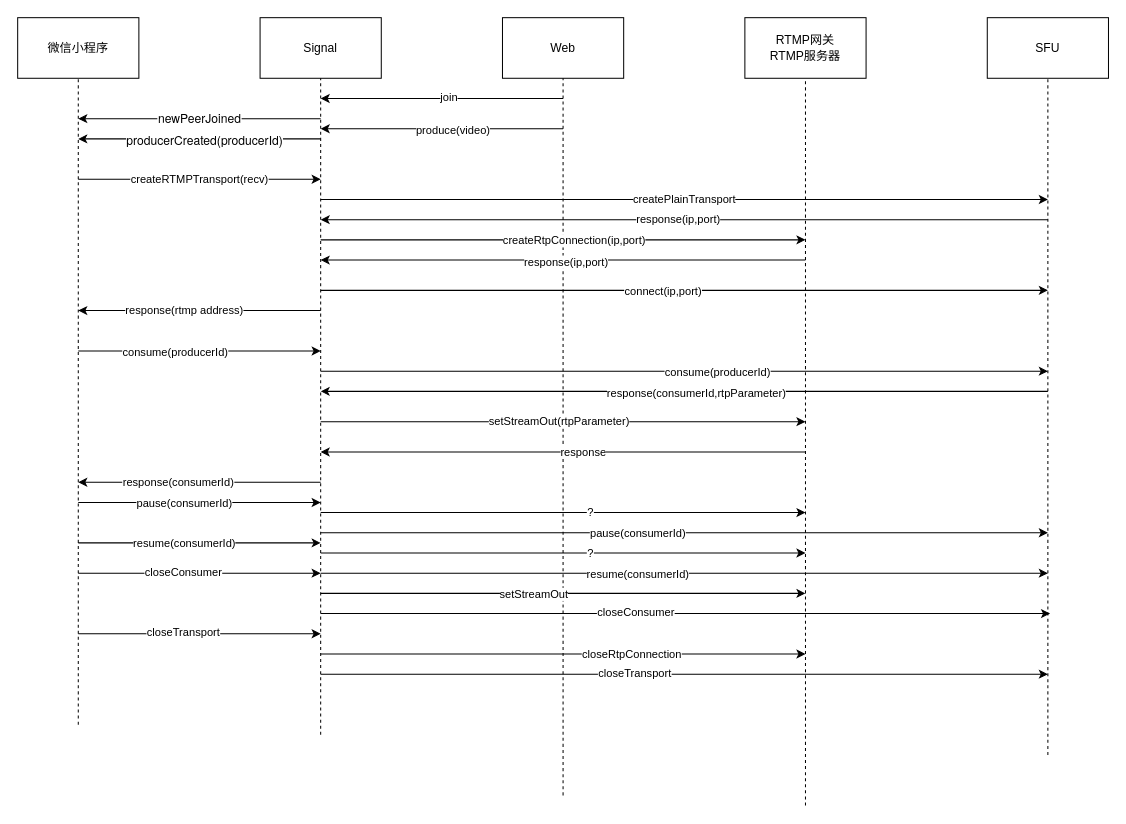
The draw.io diagram page "Page-15" (13 of 17) of Untitled Diagram.drawio in craterone/imgs, before the edit. Source tidied: cells renumbered, new cells numbered last; positions are measured from the earlier drawing's top-left corner, leaving out a move shared by most shapes. Both pictures are drawn from the tidied source at 101%, with x=0, y=0 at pixel (17, 17).
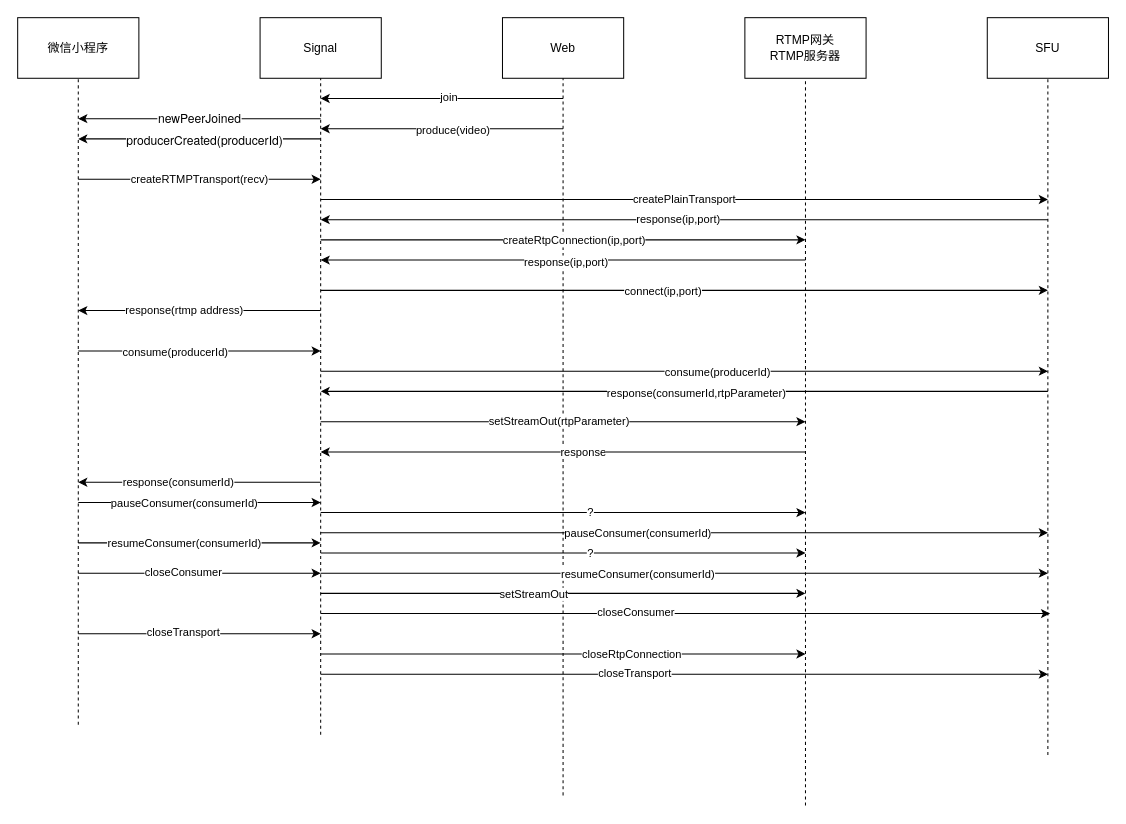
Above is the later version.

The change refers to these unchanged cells:
```xml
<mxCell id="33" style="endArrow=classic;html=1;" parent="1" edge="1">
  <mxGeometry relative="1" as="geometry">
    <mxPoint x="60" y="480" as="sourcePoint" />
    <mxPoint x="300" y="480" as="targetPoint" />
  </mxGeometry>
</mxCell>
<mxCell id="35" style="endArrow=classic;html=1;" parent="1" edge="1">
  <mxGeometry relative="1" as="geometry">
    <mxPoint x="300" y="510" as="sourcePoint" />
    <mxPoint x="1020" y="510" as="targetPoint" />
  </mxGeometry>
</mxCell>
<mxCell id="37" style="endArrow=classic;html=1;" parent="1" edge="1">
  <mxGeometry relative="1" as="geometry">
    <mxPoint x="60" y="520" as="sourcePoint" />
    <mxPoint x="300" y="520" as="targetPoint" />
  </mxGeometry>
</mxCell>
<mxCell id="39" style="endArrow=classic;html=1;" parent="1" edge="1">
  <mxGeometry relative="1" as="geometry">
    <mxPoint x="300" y="550" as="sourcePoint" />
    <mxPoint x="1020" y="550" as="targetPoint" />
  </mxGeometry>
</mxCell>
```

Change to the diagram source:
```diff
@@
-    <mxCell id="34" value="pause(consumerId)" style="edgeLabel;html=1;align=center;verticalAlign=middle;" parent="33" vertex="1">
+    <mxCell id="34" value="pauseConsumer(consumerId)" style="edgeLabel;html=1;align=center;verticalAlign=middle;" parent="33" vertex="1">
       <mxGeometry x="-0.13" relative="1" as="geometry" />
     </mxCell>
@@
-    <mxCell id="36" value="pause(consumerId)" style="edgeLabel;html=1;align=center;verticalAlign=middle;" parent="35" vertex="1">
+    <mxCell id="36" value="pauseConsumer(consumerId)" style="edgeLabel;html=1;align=center;verticalAlign=middle;" parent="35" vertex="1">
       <mxGeometry x="-0.13" relative="1" as="geometry" />
     </mxCell>
@@
-    <mxCell id="38" value="resume(consumerId)" style="edgeLabel;html=1;align=center;verticalAlign=middle;" parent="37" vertex="1">
+    <mxCell id="38" value="resumeConsumer(consumerId)" style="edgeLabel;html=1;align=center;verticalAlign=middle;" parent="37" vertex="1">
       <mxGeometry x="-0.13" relative="1" as="geometry" />
     </mxCell>
@@
-    <mxCell id="40" value="resume(consumerId)" style="edgeLabel;html=1;align=center;verticalAlign=middle;" parent="39" vertex="1">
+    <mxCell id="40" value="resumeConsumer(consumerId)" style="edgeLabel;html=1;align=center;verticalAlign=middle;" parent="39" vertex="1">
       <mxGeometry x="-0.13" relative="1" as="geometry" />
     </mxCell>
```
